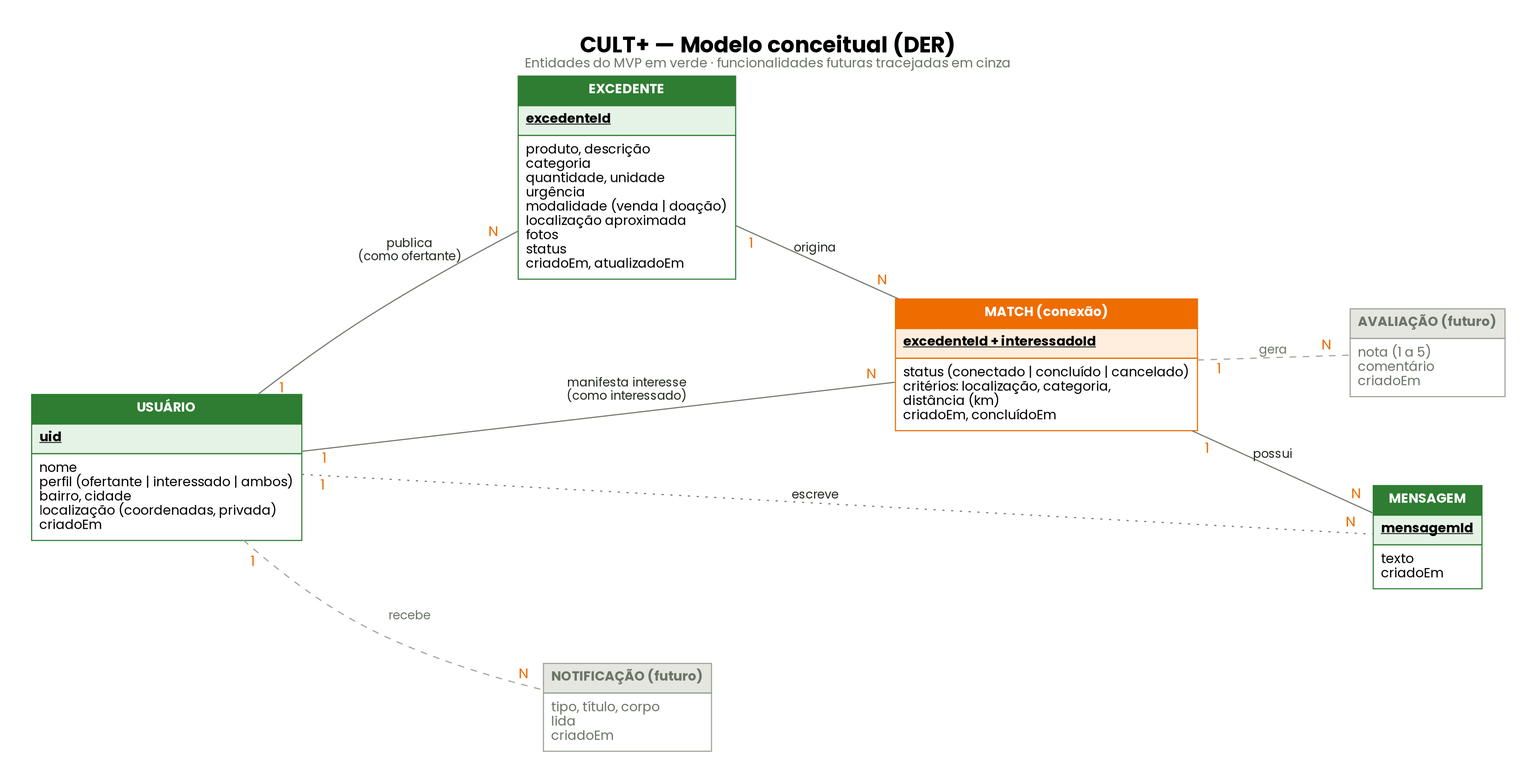
The Graphviz diagram database/docs/diagramas/der-conceitual.png in Henrique70638/PI_IV-TIME-28, before a commit. Its source is kept beside it as database/docs/diagramas/der-conceitual.dot.
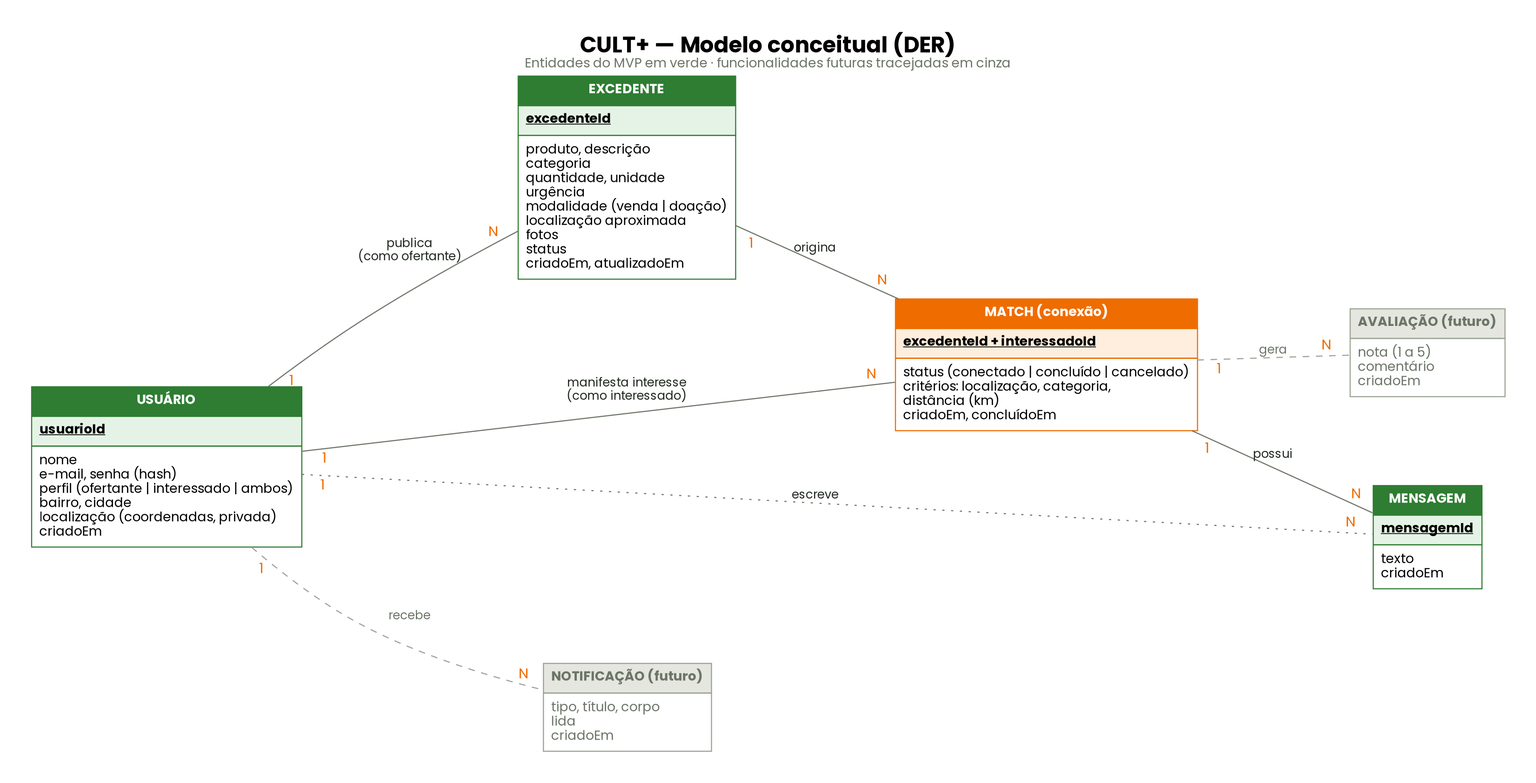
Later version of the same file.

Change to the diagram source:
```diff
@@ -1,3 +1,4 @@
+
 digraph DER {
   graph [rankdir=LR, splines=true, nodesep=0.9, ranksep=1.4, pad=0.4, fontname="Poppins", bgcolor="white",
          label=<<font point-size="20"><b>CULT+ — Modelo conceitual (DER)</b></font><br/><font point-size="12" color="#6C7568">Entidades do MVP em verde · funcionalidades futuras tracejadas em cinza</font>>, labelloc=t];
@@ -7,8 +8,8 @@
   Usuario [label=<
     <table border="0" cellborder="1" cellspacing="0" cellpadding="6" color="#2E7D32">
       <tr><td bgcolor="#2E7D32"><font color="white"><b>USUÁRIO</b></font></td></tr>
-      <tr><td align="left" bgcolor="#E5F3E6"><b><u>uid</u></b></td></tr>
-      <tr><td align="left">nome<br align="left"/>perfil (ofertante | interessado | ambos)<br align="left"/>bairro, cidade<br align="left"/>localização (coordenadas, privada)<br align="left"/>criadoEm<br align="left"/></td></tr>
+      <tr><td align="left" bgcolor="#E5F3E6"><b><u>usuarioId</u></b></td></tr>
+      <tr><td align="left">nome<br align="left"/>e-mail, senha (hash)<br align="left"/>perfil (ofertante | interessado | ambos)<br align="left"/>bairro, cidade<br align="left"/>localização (coordenadas, privada)<br align="left"/>criadoEm<br align="left"/></td></tr>
     </table>>];
 
   Excedente [label=<
```
